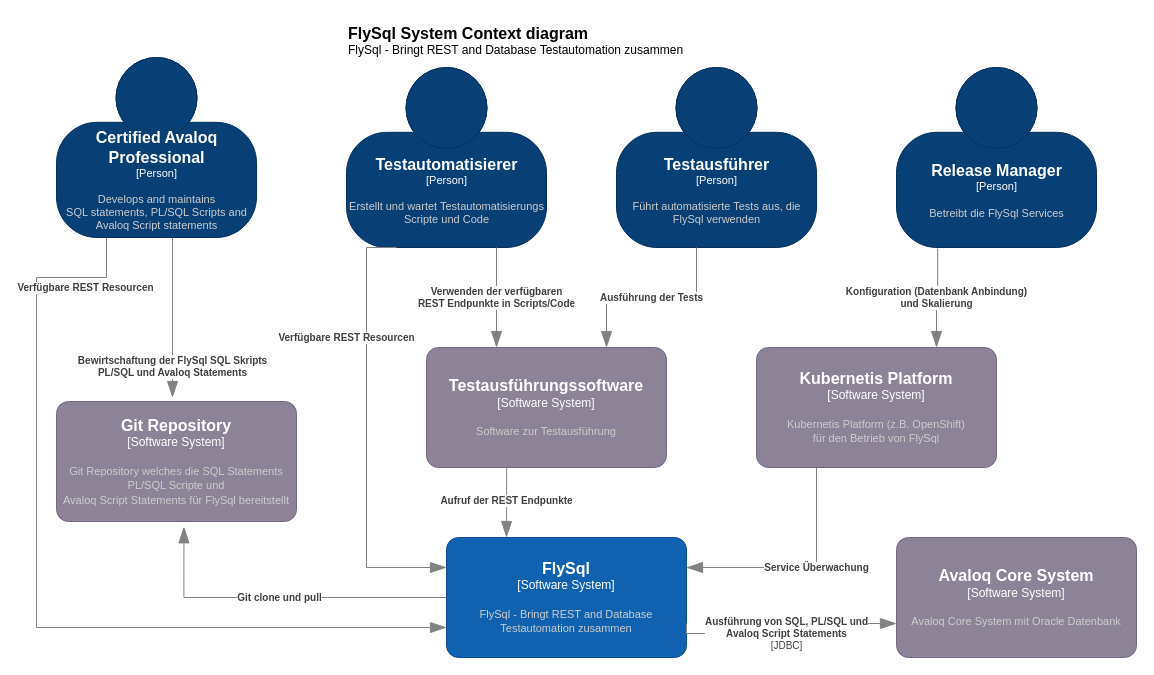
Above: integration/integration.system-context-diagram.drawio in flysql/flysql.github.io (draw.io), before the change. Source tidied: cells renumbered, new cells numbered last; positions are measured from the earlier drawing's top-left corner, leaving out a move shared by most shapes. Both pictures are drawn from the tidied source at 100%, with x=0, y=0 at pixel (36, 17).
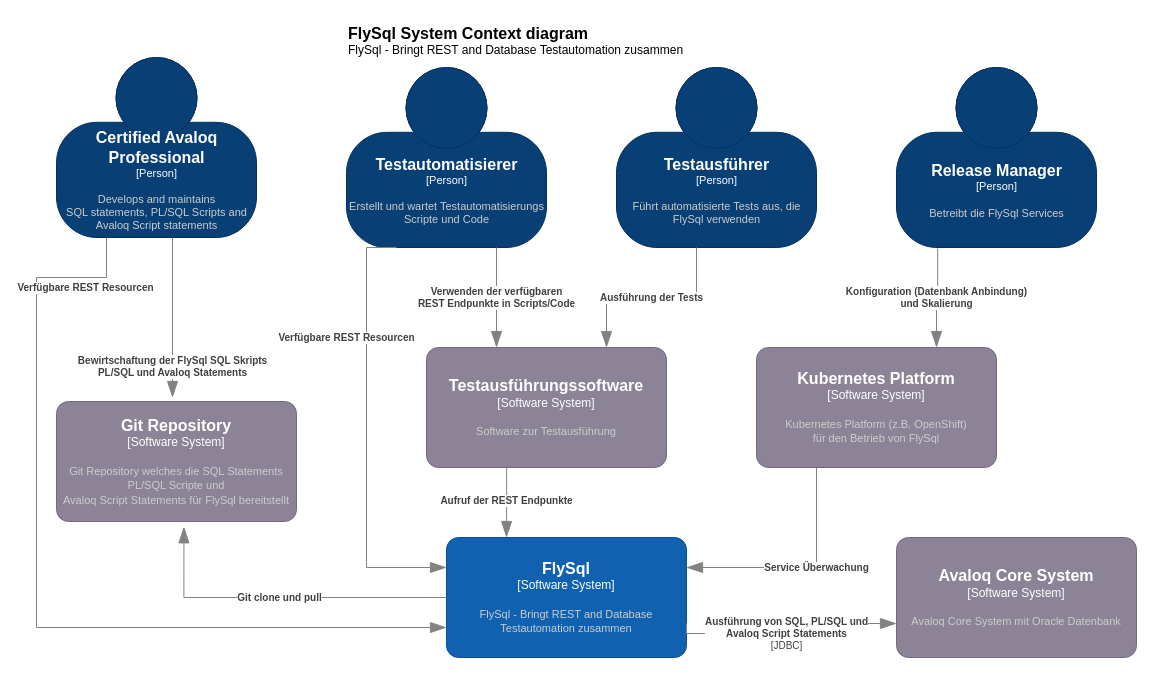
The same page after the edit.

Commit message (it also covers changes not shown here):
fix typo in kubernetes

The edit, as a diff of the source:
```diff
@@
-    <object id="10" label="&lt;font style=&quot;font-size: 16px&quot;&gt;&lt;b&gt;%c4Name%&lt;/b&gt;&lt;/font&gt;&lt;div&gt;[%c4Type%]&lt;/div&gt;&lt;br&gt;&lt;div&gt;&lt;font style=&quot;font-size: 11px&quot;&gt;&lt;font color=&quot;#cccccc&quot;&gt;%c4Description%&lt;/font&gt;&lt;/div&gt;" c4Description="Kubernetis Platform (z.B. OpenShift)&#10;für den Betrieb von FlySql" c4Name="Kubernetis Platform" c4Type="Software System" placeholders="1">
+    <object id="10" label="&lt;font style=&quot;font-size: 16px&quot;&gt;&lt;b&gt;%c4Name%&lt;/b&gt;&lt;/font&gt;&lt;div&gt;[%c4Type%]&lt;/div&gt;&lt;br&gt;&lt;div&gt;&lt;font style=&quot;font-size: 11px&quot;&gt;&lt;font color=&quot;#cccccc&quot;&gt;%c4Description%&lt;/font&gt;&lt;/div&gt;" c4Description="Kubernetes Platform (z.B. OpenShift)&#10;für den Betrieb von FlySql" c4Name="Kubernetes Platform" c4Type="Software System" placeholders="1">
       <mxCell style="rounded=1;whiteSpace=wrap;html=1;labelBackgroundColor=none;fillColor=#8C8496;fontColor=#ffffff;align=center;arcSize=10;strokeColor=#736782;points=[[0.25,0,0],[0.5,0,0],[0.75,0,0],[1,0.25,0],[1,0.5,0],[1,0.75,0],[0.75,1,0],[0.5,1,0],[0.25,1,0],[0,0.75,0],[0,0.5,0],[0,0.25,0]];" parent="1" vertex="1">
         <mxGeometry x="720" y="330" width="240" height="120" as="geometry" />
       </mxCell>
     </object>
```
